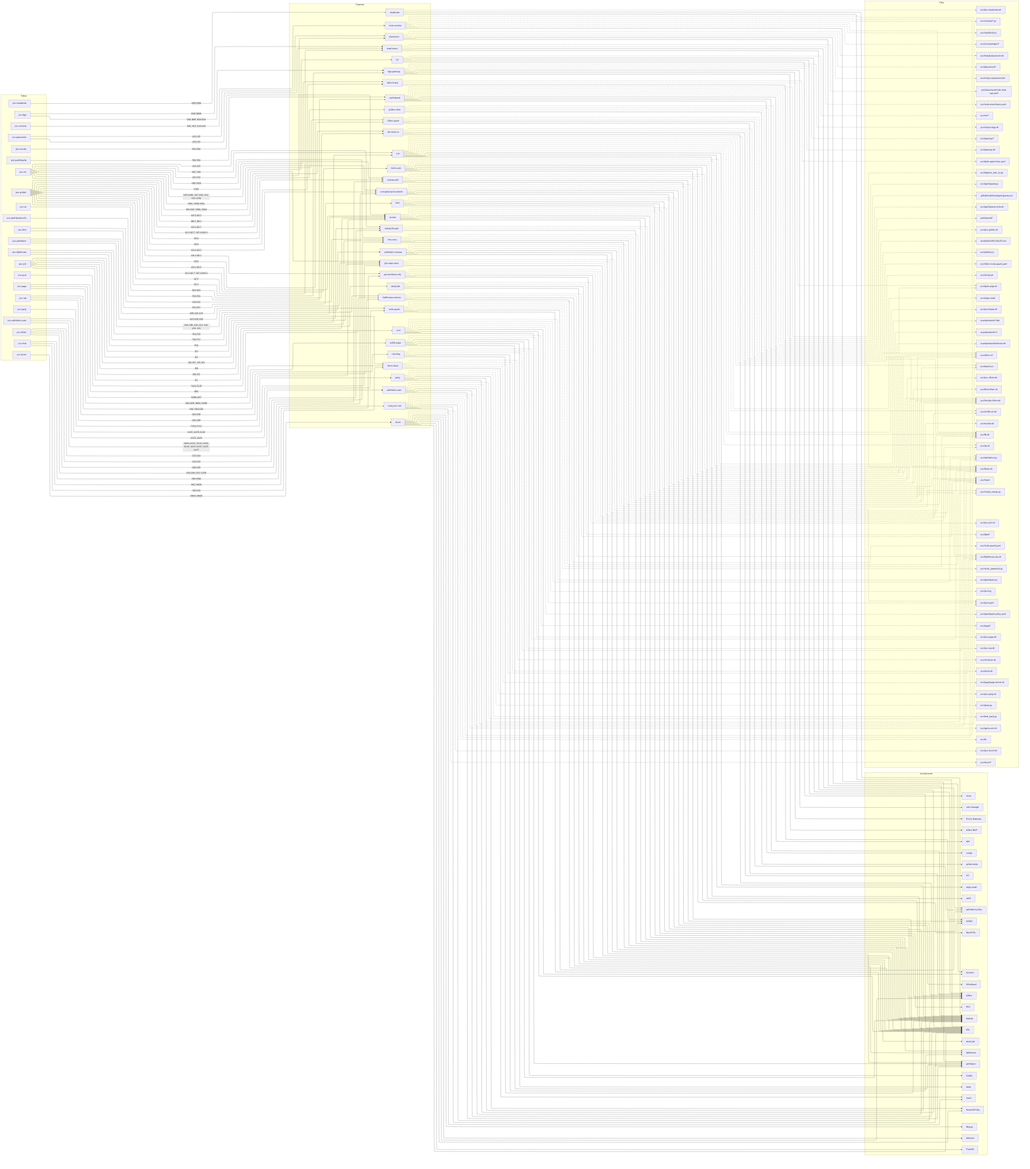
This is docs/diagrams/features.png from villadalmine/k8s-lan-party, a Mermaid export, as it was before one commit. Its source is kept beside it as docs/diagrams/features.mmd.
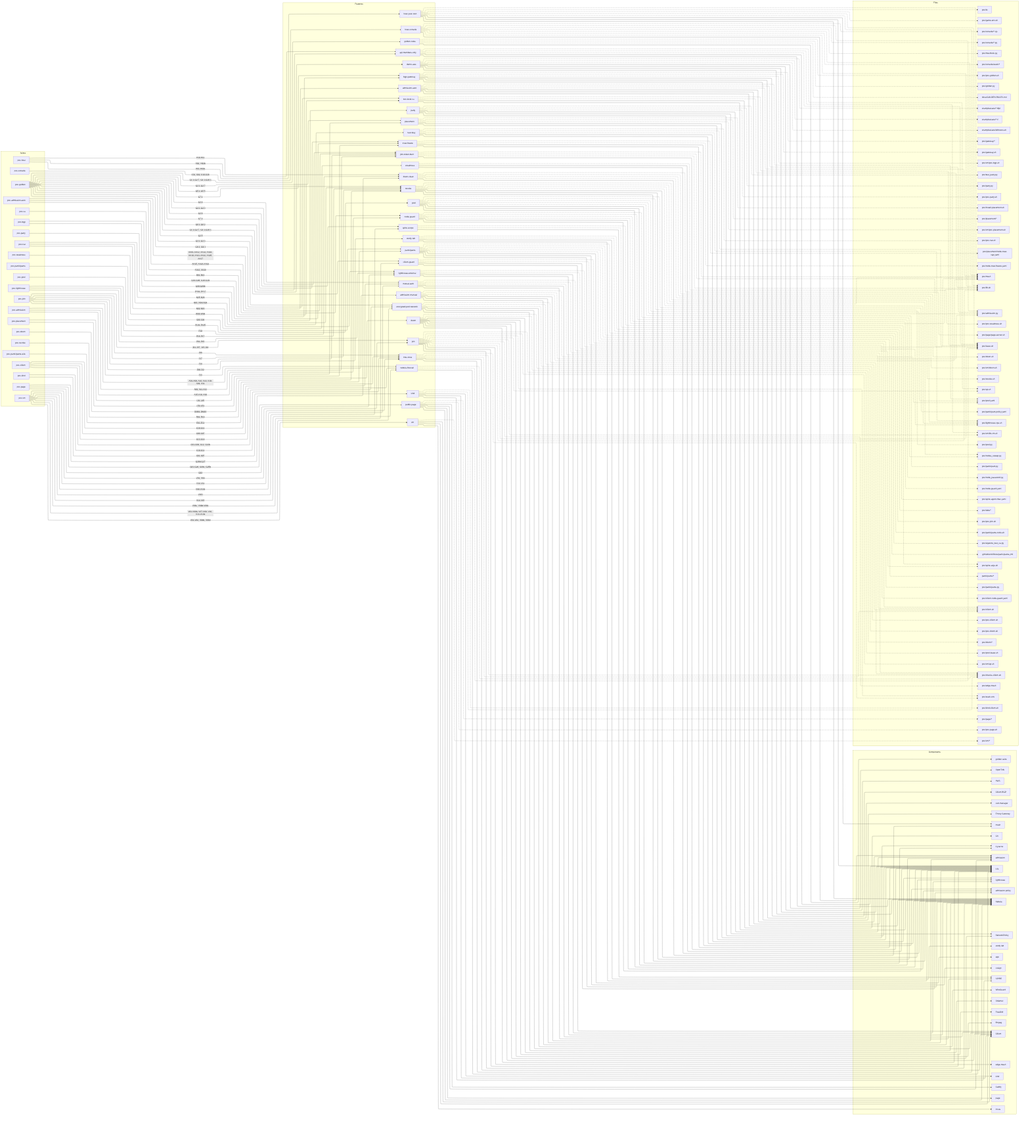
After the commit.

Commit message:
test(console): keep the rapid-tab browser regression check (#103)

What changed in the source:
```diff
@@ -112,6 +112,7 @@
     p_poc_pool_yaml["poc/pool.yaml"]
     p_poc_meshlock_py["poc/meshlock.py"]
     p_poc_console___py["poc/console/*.py"]
+    p_poc_console___cjs["poc/console/*.cjs"]
     p_poc_console_static__["poc/console/static/*"]
     p_poc_pool_py["poc/pool.py"]
     p_poc_participant_py["poc/participant.py"]
@@ -241,6 +242,7 @@
   f_host_console -.-> p_poc_lib_sh
   f_host_console -.-> p_poc_meshlock_py
   f_host_console -.-> p_poc_console___py
+  f_host_console -.-> p_poc_console___cjs
   f_host_console -.-> p_poc_console_static__
   f_host_console -.-> p_poc_admission_py
   s_poc_pool -->|"PL01-PL25"| f_pool
```
